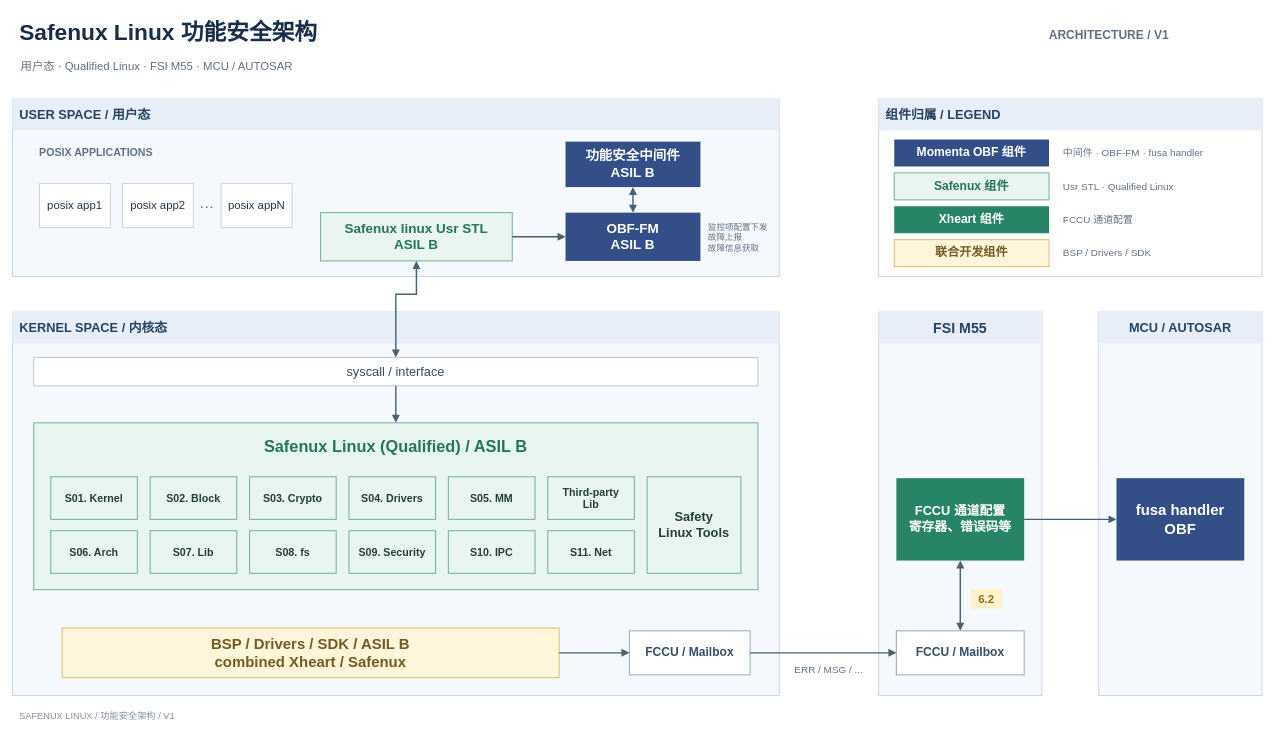
Earlier version of the draw.io diagram Safenux_Linux_Architecture_v1.drawio (pokowee/tinyrenderer_fork). Source tidied: cells renumbered, new cells numbered last; positions are measured from the earlier drawing's top-left corner, leaving out a move shared by most shapes. Both pictures are drawn from the tidied source at 71%, with x=0, y=0 at pixel (12, 12).
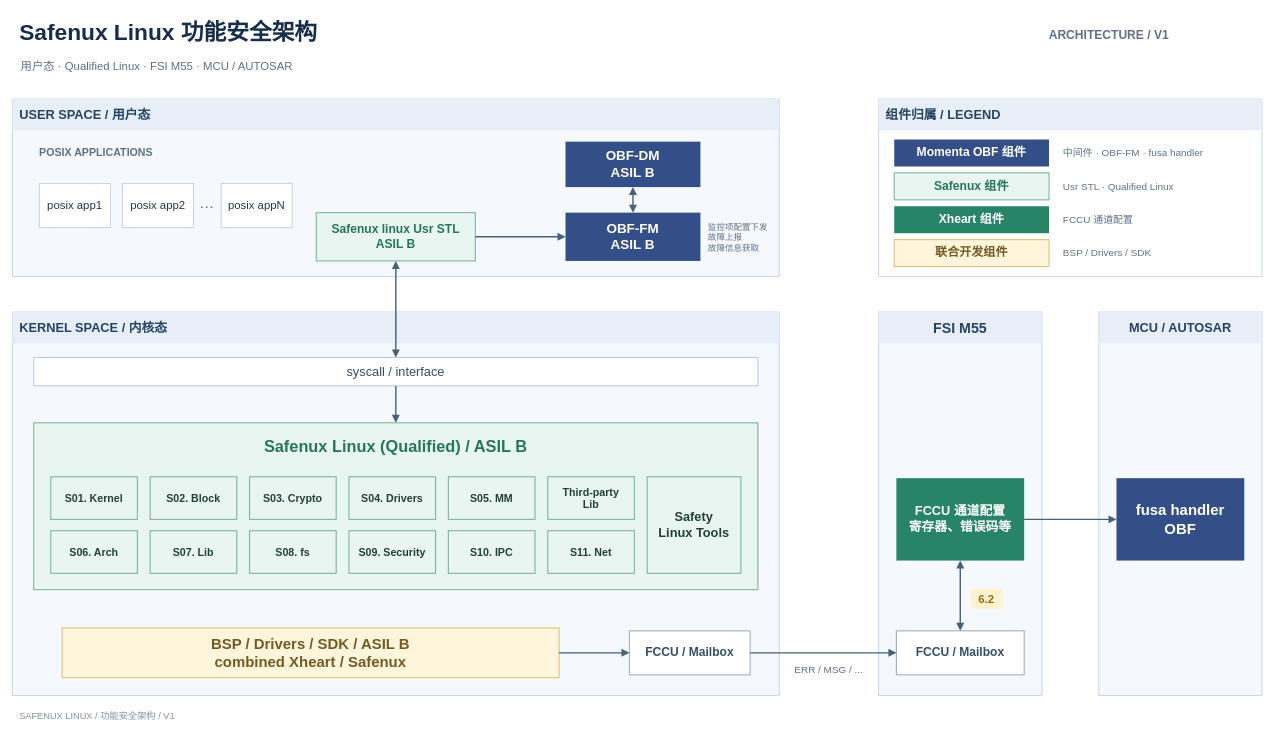
After the change.

Unchanged cells that the change refers to:
```xml
<mxCell id="28" value="syscall / interface" style="rounded=0;whiteSpace=wrap;html=0;fillColor=#FFFFFF;strokeColor=#BDCAD9;strokeWidth=1.5;fontFamily=Microsoft YaHei;fontSize=18;fontColor=#344F68;fontStyle=0;align=center;verticalAlign=middle;spacing=10;" parent="1" vertex="1">
  <mxGeometry x="30" y="486" width="1020" height="40" as="geometry" />
</mxCell>
```

What changed in the source:
```diff
@@
-    <mxCell id="22" value="Safenux linux Usr STL&#10;ASIL B" style="rounded=0;whiteSpace=wrap;html=0;fillColor=#E8F5F0;strokeColor=#79B49C;strokeWidth=1.5;fontFamily=Microsoft YaHei;fontSize=19;fontColor=#267659;fontStyle=1;align=center;verticalAlign=middle;spacing=10;" parent="1" vertex="1">
-      <mxGeometry x="434" y="282" width="270" height="68" as="geometry" />
+    <mxCell id="22" value="Safenux linux Usr STL&#10;ASIL B" style="rounded=0;whiteSpace=wrap;html=0;fillColor=#E8F5F0;strokeColor=#79B49C;strokeWidth=1.5;fontFamily=Microsoft YaHei;fontSize=17;fontColor=#267659;fontStyle=1;align=center;verticalAlign=middle;spacing=10;" parent="1" vertex="1">
+      <mxGeometry x="428" y="282" width="224" height="68" as="geometry" />
     </mxCell>
-    <mxCell id="23" value="功能安全中间件&#10;ASIL B" style="rounded=0;whiteSpace=wrap;html=0;fillColor=#344F87;strokeColor=none;strokeWidth=1.5;fontFamily=Microsoft YaHei;fontSize=19;fontColor=#FFFFFF;fontStyle=1;align=center;verticalAlign=middle;spacing=10;" parent="1" vertex="1">
+    <mxCell id="23" value="OBF-DM&#10;ASIL B" style="rounded=0;whiteSpace=wrap;html=0;fillColor=#344F87;strokeColor=none;strokeWidth=1.5;fontFamily=Microsoft YaHei;fontSize=19;fontColor=#FFFFFF;fontStyle=1;align=center;verticalAlign=middle;spacing=10;" parent="1" vertex="1">
       <mxGeometry x="779" y="182" width="190" height="64" as="geometry" />
     </mxCell>
@@
     <mxCell id="55" style="edgeStyle=orthogonalEdgeStyle;rounded=0;html=0;strokeColor=#476179;strokeWidth=2;endArrow=block;endFill=1;startArrow=block;startFill=1;exitX=0.5;exitY=1;exitDx=0;exitDy=0;entryX=0.5;entryY=0;entryDx=0;entryDy=0;" parent="1" edge="1" source="22" target="28">
       <mxGeometry relative="1" as="geometry">
         <Array as="points">
-          <mxPoint x="569" y="397" />
-          <mxPoint x="540" y="397" />
+          <mxPoint x="540" y="372" />
+          <mxPoint x="540" y="372" />
         </Array>
       </mxGeometry>
     </mxCell>
```
